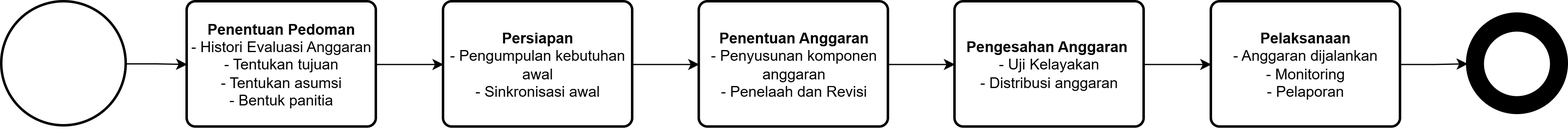
Above: image/As Is Perencanaan Anggaran.png in MreffyH/ProposalTA-STI (draw.io), before the change. Source tidied: cells renumbered, new cells last; positions are measured from the earlier drawing's top-left corner, leaving out a move shared by most shapes. The source it was exported from:
```xml
<mxGraphModel>
  <root>
    <mxCell id="0" />
    <mxCell id="1" parent="0" />
    <mxCell id="2" style="edgeStyle=orthogonalEdgeStyle;rounded=0;jettySize=auto;html=1;exitX=1;exitY=0.5;exitDx=0;exitDy=0;exitPerimeter=0;" parent="1" edge="1" source="3" target="5">
      <mxGeometry relative="1" as="geometry" />
    </mxCell>
    <mxCell id="3" style="strokeWidth=2;html=1;shape=mxgraph.flowchart.start_2;whiteSpace=wrap;" parent="1" vertex="1">
      <mxGeometry width="100" height="100" as="geometry" />
    </mxCell>
    <mxCell id="4" style="edgeStyle=orthogonalEdgeStyle;rounded=0;jettySize=auto;html=1;" parent="1" edge="1" source="5" target="7">
      <mxGeometry relative="1" as="geometry" />
    </mxCell>
    <mxCell id="5" value="&lt;b&gt;Penentuan Pedoman&lt;/b&gt;&lt;div&gt;- Histori Evaluasi Anggaran&lt;/div&gt;&lt;div&gt;- Tentukan tujuan&lt;/div&gt;&lt;div&gt;- Tentukan asumsi&lt;/div&gt;&lt;div&gt;- Bentuk panitia&lt;/div&gt;" style="rounded=1;whiteSpace=wrap;html=1;absoluteArcSize=1;arcSize=14;strokeWidth=2;" parent="1" vertex="1">
      <mxGeometry x="149" width="152" height="101" as="geometry" />
    </mxCell>
    <mxCell id="6" style="edgeStyle=orthogonalEdgeStyle;rounded=0;jettySize=auto;html=1;" parent="1" edge="1" source="7" target="9">
      <mxGeometry relative="1" as="geometry" />
    </mxCell>
    <mxCell id="7" value="&lt;b&gt;Persiapan&lt;/b&gt;&lt;div&gt;- Pengumpulan kebutuhan awal&lt;br&gt;&lt;/div&gt;&lt;div&gt;- Sinkronisasi awal&lt;/div&gt;" style="rounded=1;whiteSpace=wrap;html=1;absoluteArcSize=1;arcSize=14;strokeWidth=2;" parent="1" vertex="1">
      <mxGeometry x="355" width="152" height="101" as="geometry" />
    </mxCell>
    <mxCell id="8" style="edgeStyle=orthogonalEdgeStyle;rounded=0;jettySize=auto;html=1;" parent="1" edge="1" source="9" target="11">
      <mxGeometry relative="1" as="geometry" />
    </mxCell>
    <mxCell id="9" value="&lt;b&gt;Penentuan Anggaran&lt;/b&gt;&lt;div&gt;- Penyusunan komponen anggaran&lt;/div&gt;&lt;div&gt;- Penelaah dan Revisi&lt;/div&gt;" style="rounded=1;whiteSpace=wrap;html=1;absoluteArcSize=1;arcSize=14;strokeWidth=2;" parent="1" vertex="1">
      <mxGeometry x="560.5" width="152" height="101" as="geometry" />
    </mxCell>
    <mxCell id="10" style="edgeStyle=orthogonalEdgeStyle;rounded=0;jettySize=auto;html=1;" parent="1" edge="1" source="11" target="13">
      <mxGeometry relative="1" as="geometry" />
    </mxCell>
    <mxCell id="11" value="&lt;b&gt;Pengesahan Anggaran&amp;nbsp;&lt;/b&gt;&lt;br&gt;&lt;div&gt;- Uji Kelayakan&lt;br&gt;&lt;/div&gt;&lt;div&gt;- Distribusi anggaran&lt;/div&gt;" style="rounded=1;whiteSpace=wrap;html=1;absoluteArcSize=1;arcSize=14;strokeWidth=2;" parent="1" vertex="1">
      <mxGeometry x="766" width="152" height="101" as="geometry" />
    </mxCell>
    <mxCell id="12" style="edgeStyle=orthogonalEdgeStyle;rounded=0;jettySize=auto;html=1;" parent="1" edge="1" source="13" target="14">
      <mxGeometry relative="1" as="geometry" />
    </mxCell>
    <mxCell id="13" value="&lt;b&gt;Pelaksanaan&lt;/b&gt;&lt;div&gt;- Anggaran dijalankan&lt;/div&gt;&lt;div&gt;- Monitoring&lt;/div&gt;&lt;div&gt;- Pelaporan&lt;/div&gt;" style="rounded=1;whiteSpace=wrap;html=1;absoluteArcSize=1;arcSize=14;strokeWidth=2;" parent="1" vertex="1">
      <mxGeometry x="972" width="152" height="101" as="geometry" />
    </mxCell>
    <mxCell id="14" style="ellipse;whiteSpace=wrap;html=1;rounded=1;absoluteArcSize=1;arcSize=14;strokeWidth=2;fillColor=#000000;" parent="1" vertex="1">
      <mxGeometry x="1178" y="10" width="80" height="80" as="geometry" />
    </mxCell>
    <mxCell id="15" style="strokeWidth=2;html=1;shape=mxgraph.flowchart.start_2;whiteSpace=wrap;" parent="1" vertex="1">
      <mxGeometry x="1190.5" y="23.5" width="55" height="54" as="geometry" />
    </mxCell>
  </root>
</mxGraphModel>
```
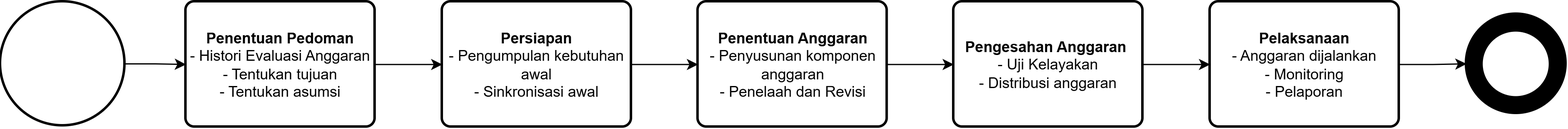
Above is the later version.

The edit, as a diff of the source:
```diff
@@ -11,7 +11,7 @@
     <mxCell id="4" style="edgeStyle=orthogonalEdgeStyle;rounded=0;jettySize=auto;html=1;" parent="1" edge="1" source="5" target="7">
       <mxGeometry relative="1" as="geometry" />
     </mxCell>
-    <mxCell id="5" value="&lt;b&gt;Penentuan Pedoman&lt;/b&gt;&lt;div&gt;- Histori Evaluasi Anggaran&lt;/div&gt;&lt;div&gt;- Tentukan tujuan&lt;/div&gt;&lt;div&gt;- Tentukan asumsi&lt;/div&gt;&lt;div&gt;- Bentuk panitia&lt;/div&gt;" style="rounded=1;whiteSpace=wrap;html=1;absoluteArcSize=1;arcSize=14;strokeWidth=2;" parent="1" vertex="1">
+    <mxCell id="5" value="&lt;b&gt;Penentuan Pedoman&lt;/b&gt;&lt;div&gt;- Histori Evaluasi Anggaran&lt;/div&gt;&lt;div&gt;- Tentukan tujuan&lt;/div&gt;&lt;div&gt;- Tentukan asumsi&lt;/div&gt;" style="rounded=1;whiteSpace=wrap;html=1;absoluteArcSize=1;arcSize=14;strokeWidth=2;" parent="1" vertex="1">
       <mxGeometry x="149" width="152" height="101" as="geometry" />
     </mxCell>
     <mxCell id="6" style="edgeStyle=orthogonalEdgeStyle;rounded=0;jettySize=auto;html=1;" parent="1" edge="1" source="7" target="9">
```
